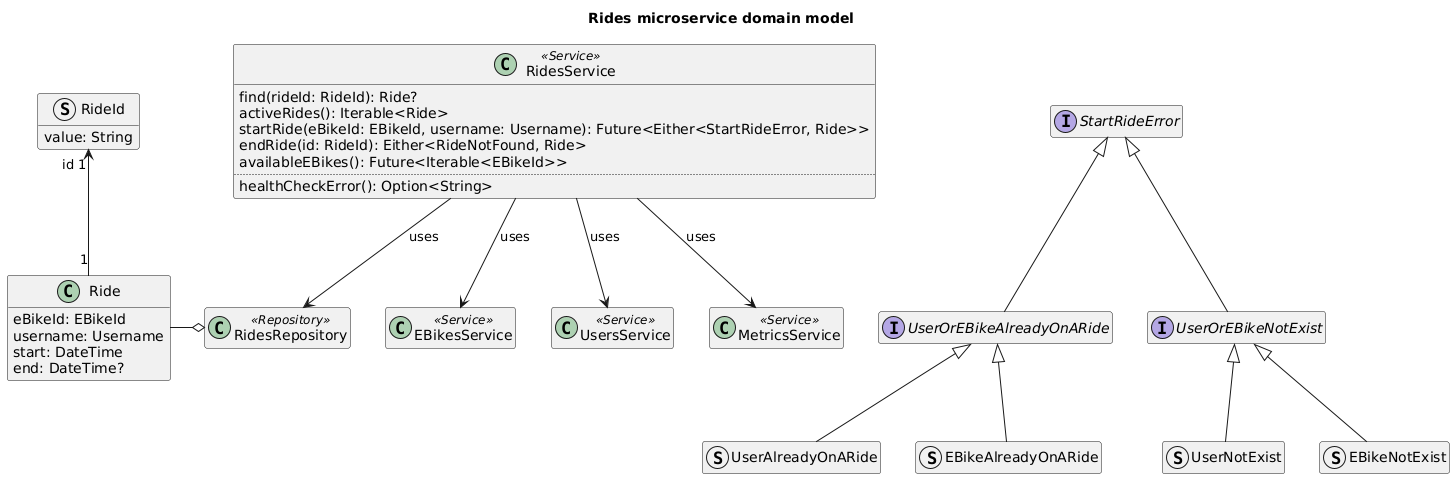
Ventus218/SAP-assignment-02 keeps this PlantUML diagram as doc/diagrams/rides-microservice-domain-model.png. Above is the earlier version.
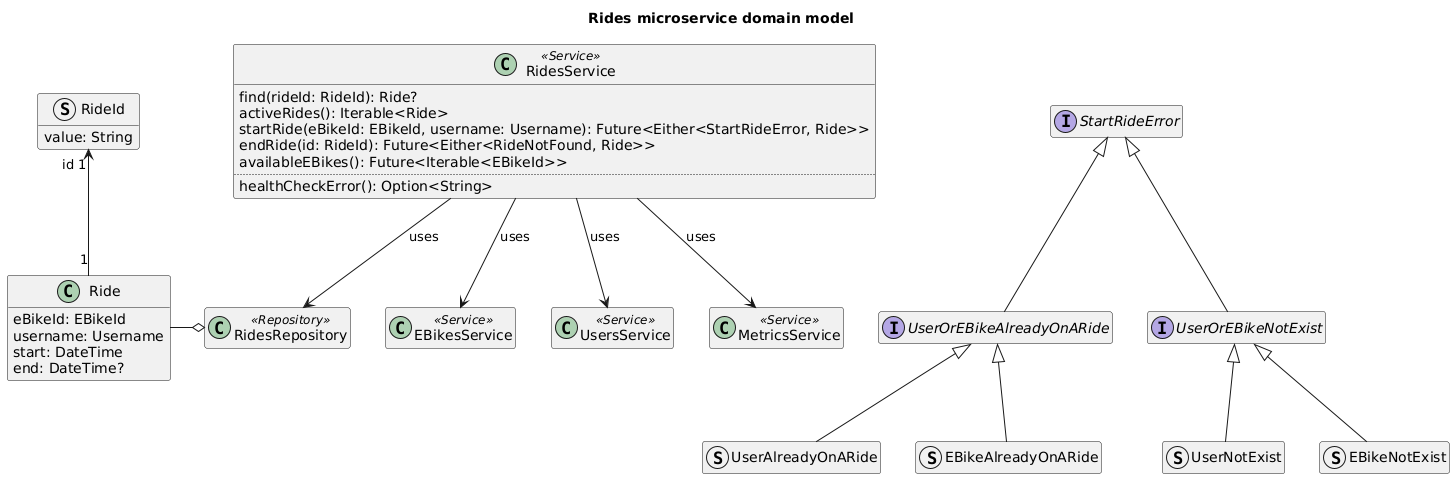
The same file after the commit.

Commit message:
Automatically generated PlantUML diagrams

Diff of the diagram source:
```diff
@@ -20,7 +20,7 @@
     find(rideId: RideId): Ride?
     activeRides(): Iterable<Ride>
     startRide(eBikeId: EBikeId, username: Username): Future<Either<StartRideError, Ride>>
-    endRide(id: RideId): Either<RideNotFound, Ride>
+    endRide(id: RideId): Future<Either<RideNotFound, Ride>>
     availableEBikes(): Future<Iterable<EBikeId>>
     ..
     healthCheckError(): Option<String>
```
